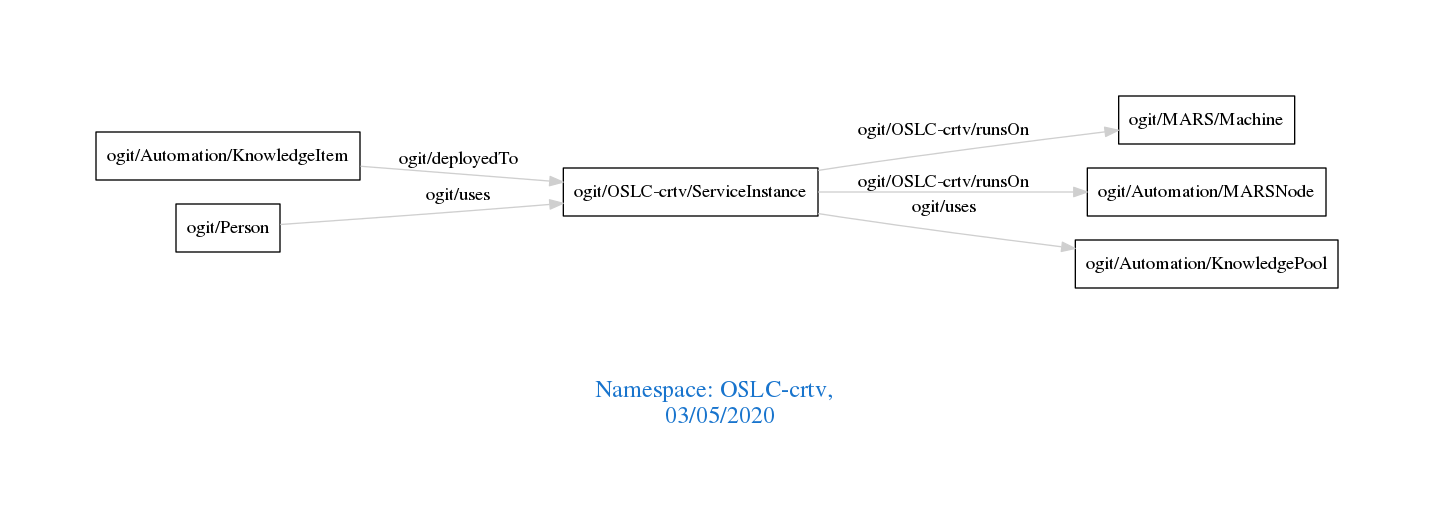
arago/OGIT keeps this Graphviz diagram as downloads/OSLC-crtv.png. Above is the earlier version. Its source is kept beside it as downloads/OSLC-crtv.dot.
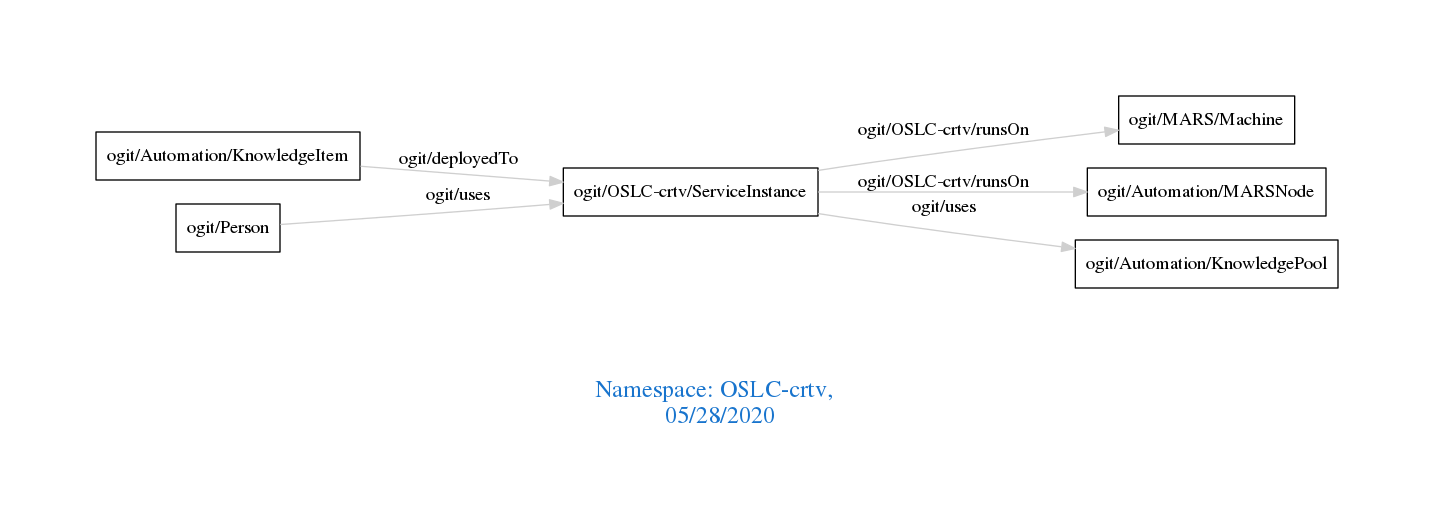
The same file after the commit.

What changed in the source:
```diff
@@ -1,7 +1,7 @@
 digraph OGIT_ontology {
  graph [ rankdir= LR,pad=1
 fontsize = 18,
-fontcolor= dodgerblue3,label = "\n\n\nNamespace: OSLC-crtv, \n 03/05/2020"];
+fontcolor= dodgerblue3,label = "\n\n\nNamespace: OSLC-crtv, \n 05/28/2020"];
 node[shape=polygon];
 edge [  color="gray81"];
 
```
